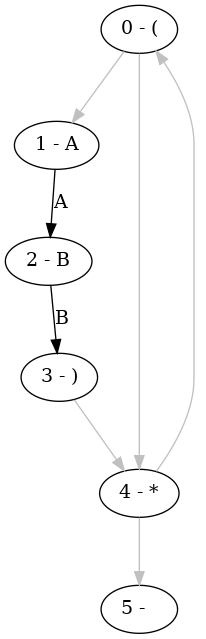
This is graph.png from Giatroo/MAC0323-EP3, a Graphviz export, as it was before one commit. Its source is kept beside it as graph.gv.
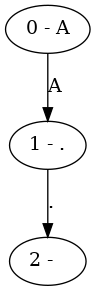
Above is the later version.

What changed in the source:
```diff
@@ -1,9 +1,4 @@
 digraph foo {
-	"0 - (" -> "1 - A" [label=" "; color=grey];
-	"0 - (" -> "4 - *" [label=" "; color=grey];
-	"1 - A" -> "2 - B" [label="A"];
-	"2 - B" -> "3 - )" [label="B"];
-	"3 - )" -> "4 - *" [label=" "; color=grey];
-	"4 - *" -> "0 - (" [label=" "; color=grey];
-	"4 - *" -> "5 -  " [label=" "; color=grey];
+	"0 - A" -> "1 - ." [label="A"];
+	"1 - ." -> "2 -  " [label="."];
 }
```
